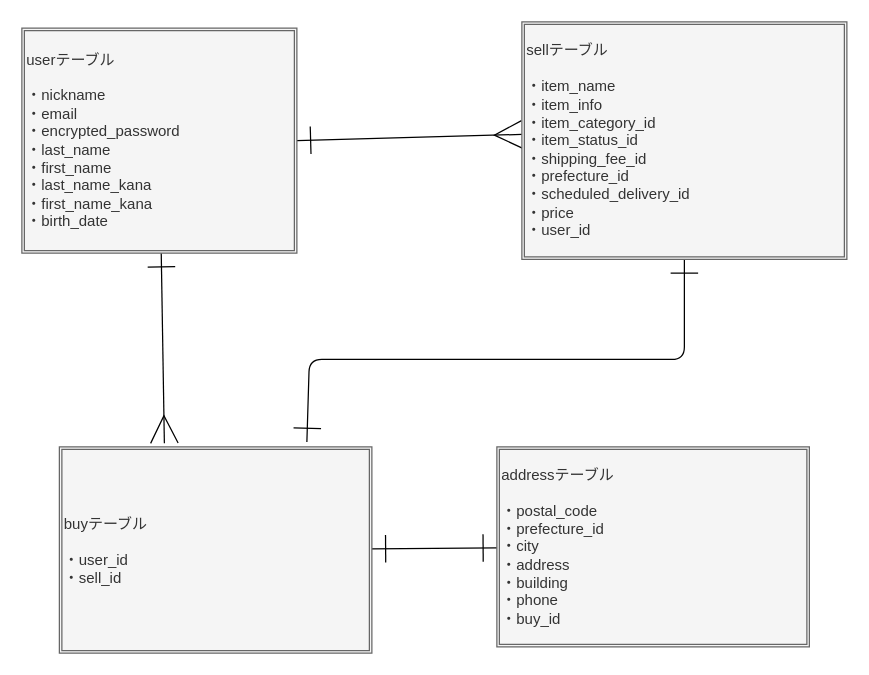
The draw.io diagram ER.dio in chiaki22/furima-37958, before the edit. Source tidied: cells renumbered, new cells numbered last; positions are measured from the earlier drawing's top-left corner, leaving out a move shared by most shapes. Both pictures are drawn from the tidied source at 125%, with x=0, y=0 at pixel (21, 21).
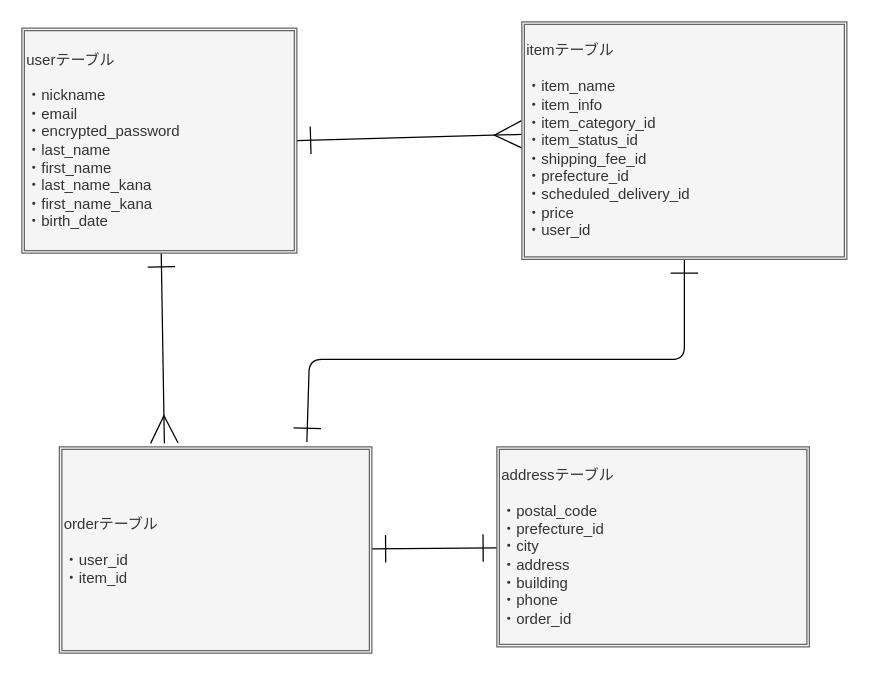
The same page after the edit.

Diff of the diagram source:
```diff
@@
 <mxGraphModel>
   <root>
     <mxCell id="0" />
     <mxCell id="1" parent="0" />
     <mxCell id="2" style="edgeStyle=none;html=1;exitX=1;exitY=0.5;exitDx=0;exitDy=0;fontColor=#000000;endArrow=ERmany;endFill=0;startArrow=ERone;startFill=0;endSize=20;startSize=20;" parent="1" edge="1" source="4">
       <mxGeometry relative="1" as="geometry">
         <mxPoint x="400" y="90" as="targetPoint" />
       </mxGeometry>
     </mxCell>
     <mxCell id="3" style="edgeStyle=none;html=1;entryX=0.336;entryY=-0.018;entryDx=0;entryDy=0;entryPerimeter=0;fontColor=#000000;startArrow=ERone;startFill=0;endArrow=ERmany;endFill=0;startSize=20;endSize=20;" parent="1" edge="1" source="4" target="8">
       <mxGeometry relative="1" as="geometry" />
     </mxCell>
     <mxCell id="4" value="userテーブル&lt;br&gt;&lt;br&gt;・nickname&lt;br&gt;・email&lt;br&gt;・encrypted_password&lt;br&gt;・last_name&lt;br&gt;・first_name&lt;br&gt;・last_name_kana&lt;br&gt;・first_name_kana&lt;br&gt;・birth_date" style="shape=ext;double=1;rounded=0;whiteSpace=wrap;html=1;fontColor=#333333;fillColor=#f5f5f5;strokeColor=#666666;align=left;" parent="1" vertex="1">
       <mxGeometry y="5" width="220" height="180" as="geometry" />
     </mxCell>
     <mxCell id="5" style="edgeStyle=none;html=1;fontColor=#000000;startArrow=ERone;startFill=0;endArrow=ERone;endFill=0;startSize=20;endSize=20;entryX=0.792;entryY=-0.024;entryDx=0;entryDy=0;entryPerimeter=0;" parent="1" edge="1" source="6" target="8">
       <mxGeometry relative="1" as="geometry">
         <Array as="points">
           <mxPoint x="530" y="270" />
           <mxPoint x="230" y="270" />
         </Array>
       </mxGeometry>
     </mxCell>
-    <mxCell id="6" value="sellテーブル&lt;br&gt;&lt;br&gt;・item_name&lt;br&gt;・item_info&lt;br&gt;・item_category_id&lt;br&gt;・item_status_id&lt;br&gt;・&lt;span&gt;shipping_fee_id&lt;br&gt;・&lt;/span&gt;&lt;span&gt;prefecture_id&lt;br&gt;&lt;/span&gt;&lt;span&gt;・scheduled_delivery_id&lt;br&gt;・price&lt;br&gt;・user_id&lt;br&gt;&lt;/span&gt;" style="shape=ext;double=1;rounded=0;whiteSpace=wrap;html=1;fontColor=#333333;fillColor=#f5f5f5;strokeColor=#666666;align=left;" parent="1" vertex="1">
+    <mxCell id="6" value="itemテーブル&lt;br&gt;&lt;br&gt;・item_name&lt;br&gt;・item_info&lt;br&gt;・item_category_id&lt;br&gt;・item_status_id&lt;br&gt;・&lt;span&gt;shipping_fee_id&lt;br&gt;・&lt;/span&gt;&lt;span&gt;prefecture_id&lt;br&gt;&lt;/span&gt;&lt;span&gt;・scheduled_delivery_id&lt;br&gt;・price&lt;br&gt;・user_id&lt;br&gt;&lt;/span&gt;" style="shape=ext;double=1;rounded=0;whiteSpace=wrap;html=1;fontColor=#333333;fillColor=#f5f5f5;strokeColor=#666666;align=left;" parent="1" vertex="1">
       <mxGeometry x="400" width="260" height="190" as="geometry" />
     </mxCell>
     <mxCell id="7" style="edgeStyle=none;html=1;fontColor=#000000;startArrow=ERone;startFill=0;endArrow=ERone;endFill=0;startSize=20;endSize=20;" parent="1" edge="1" source="8" target="9">
       <mxGeometry relative="1" as="geometry" />
     </mxCell>
-    <mxCell id="8" value="buyテーブル&lt;br&gt;&lt;br&gt;・user_id&lt;br&gt;&lt;span&gt;・sell_id&lt;br&gt;&lt;/span&gt;" style="shape=ext;double=1;rounded=0;whiteSpace=wrap;html=1;fontColor=#333333;fillColor=#f5f5f5;strokeColor=#666666;align=left;" parent="1" vertex="1">
+    <mxCell id="8" value="orderテーブル&lt;br&gt;&lt;br&gt;・user_id&lt;br&gt;&lt;span&gt;・item_id&lt;br&gt;&lt;/span&gt;" style="shape=ext;double=1;rounded=0;whiteSpace=wrap;html=1;fontColor=#333333;fillColor=#f5f5f5;strokeColor=#666666;align=left;" parent="1" vertex="1">
       <mxGeometry x="30" y="340" width="250" height="165" as="geometry" />
     </mxCell>
-    <mxCell id="9" value="addressテーブル&lt;br&gt;&lt;div style=&quot;color: rgb(212 , 212 , 212) ; background-color: rgb(30 , 30 , 30) ; font-family: &amp;#34;menlo&amp;#34; , &amp;#34;monaco&amp;#34; , &amp;#34;courier new&amp;#34; , monospace ; line-height: 18px&quot;&gt;&lt;/div&gt;&lt;font color=&quot;#ce9178&quot; face=&quot;menlo, monaco, courier new, monospace&quot;&gt;&lt;span style=&quot;background-color: rgb(30 , 30 , 30)&quot;&gt;&lt;br&gt;&lt;/span&gt;&lt;/font&gt;・postal_code&lt;br&gt;・prefecture_id&lt;br&gt;・city&lt;br&gt;・address&lt;br&gt;・building&lt;br&gt;&lt;span&gt;・phone&lt;br&gt;&lt;/span&gt;&lt;span&gt;・buy_id&lt;br&gt;&lt;/span&gt;" style="shape=ext;double=1;rounded=0;whiteSpace=wrap;html=1;fontColor=#333333;fillColor=#f5f5f5;strokeColor=#666666;align=left;" parent="1" vertex="1">
+    <mxCell id="9" value="addressテーブル&lt;br&gt;&lt;div style=&quot;color: rgb(212 , 212 , 212) ; background-color: rgb(30 , 30 , 30) ; font-family: &amp;#34;menlo&amp;#34; , &amp;#34;monaco&amp;#34; , &amp;#34;courier new&amp;#34; , monospace ; line-height: 18px&quot;&gt;&lt;/div&gt;&lt;font color=&quot;#ce9178&quot; face=&quot;menlo, monaco, courier new, monospace&quot;&gt;&lt;span style=&quot;background-color: rgb(30 , 30 , 30)&quot;&gt;&lt;br&gt;&lt;/span&gt;&lt;/font&gt;・postal_code&lt;br&gt;・prefecture_id&lt;br&gt;・city&lt;br&gt;・address&lt;br&gt;・building&lt;br&gt;&lt;span&gt;・phone&lt;br&gt;&lt;/span&gt;&lt;span&gt;・order_id&lt;br&gt;&lt;/span&gt;" style="shape=ext;double=1;rounded=0;whiteSpace=wrap;html=1;fontColor=#333333;fillColor=#f5f5f5;strokeColor=#666666;align=left;" parent="1" vertex="1">
       <mxGeometry x="380" y="340" width="250" height="160" as="geometry" />
     </mxCell>
   </root>
 </mxGraphModel>
```
